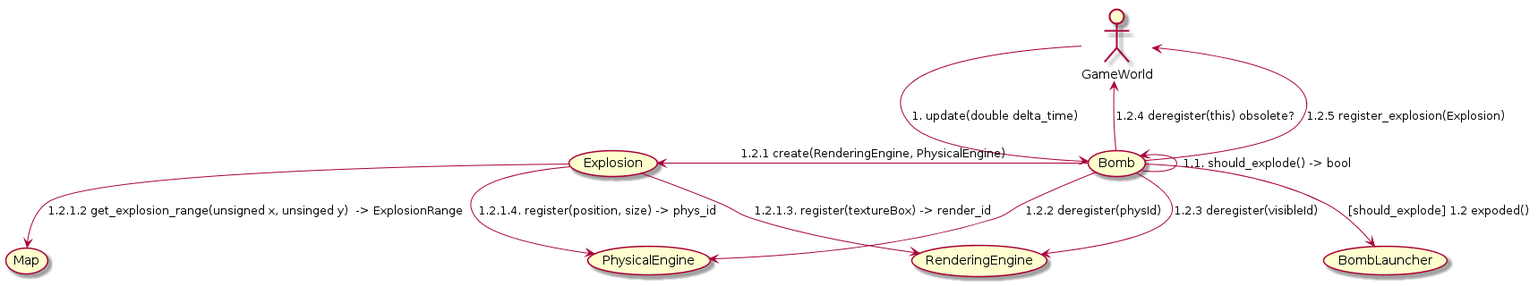
Earlier version of the PlantUML export docs/img/Communication_UC_2_2.png (NadzwyczajnaGrupaRobocza/bomberman).
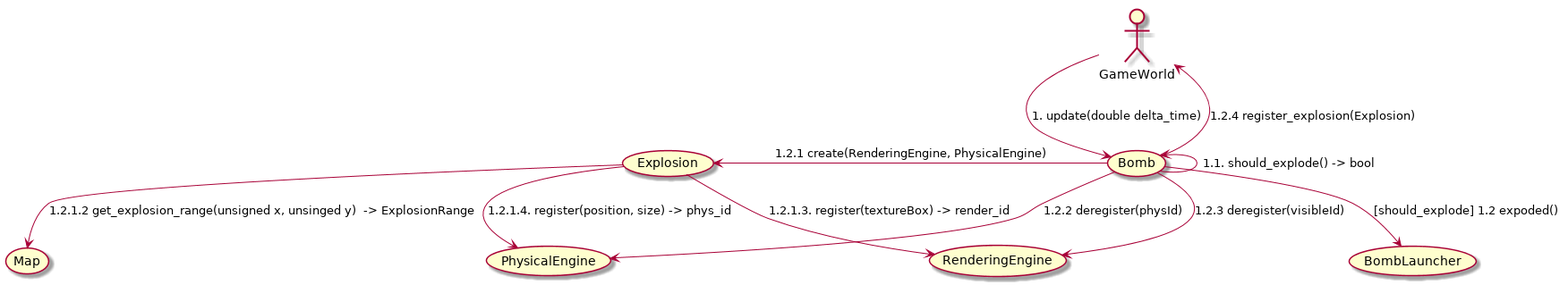
After the change.

The edit, as a diff of the source:
```diff
@@ -7,8 +7,7 @@
 (Bomb) -left-> (Explosion) : 1.2.1 create(RenderingEngine, PhysicalEngine)
 (Bomb) -down-> (PhysicalEngine) : 1.2.2 deregister(physId)
 (Bomb) -down-> (RenderingEngine) : 1.2.3 deregister(visibleId)
-(Bomb) -up-> (GameWorld) : 1.2.4 deregister(this) obsolete?
-(Bomb) -up-> (GameWorld) : 1.2.5 register_explosion(Explosion)
+(Bomb) -up-> (GameWorld) : 1.2.4 register_explosion(Explosion)
 
 (Explosion) --> (Map) : 1.2.1.2 get_explosion_range(unsigned x, unsinged y)  -> ExplosionRange
 (Explosion) -down-> (RenderingEngine) : 1.2.1.3. register(textureBox) -> render_id
```
